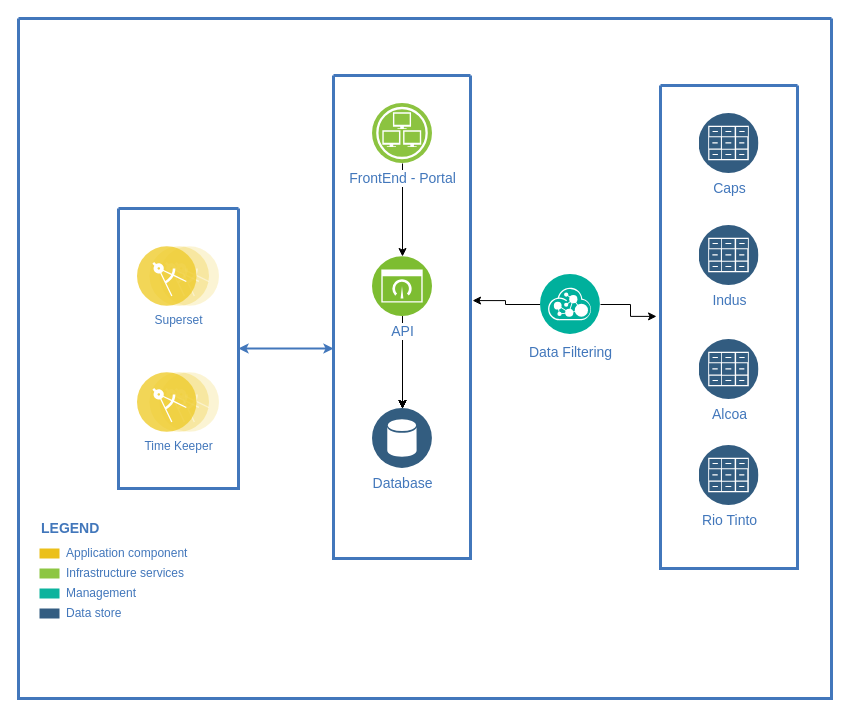
Before: Untitled Diagram.drawio in Raptor-Tech/Diagram, a draw.io diagram. Source tidied: cells renumbered, new cells numbered last; positions are measured from the earlier drawing's top-left corner, leaving out a move shared by most shapes. Both pictures are drawn from the tidied source at 100%, with x=0, y=0 at pixel (18, 18).
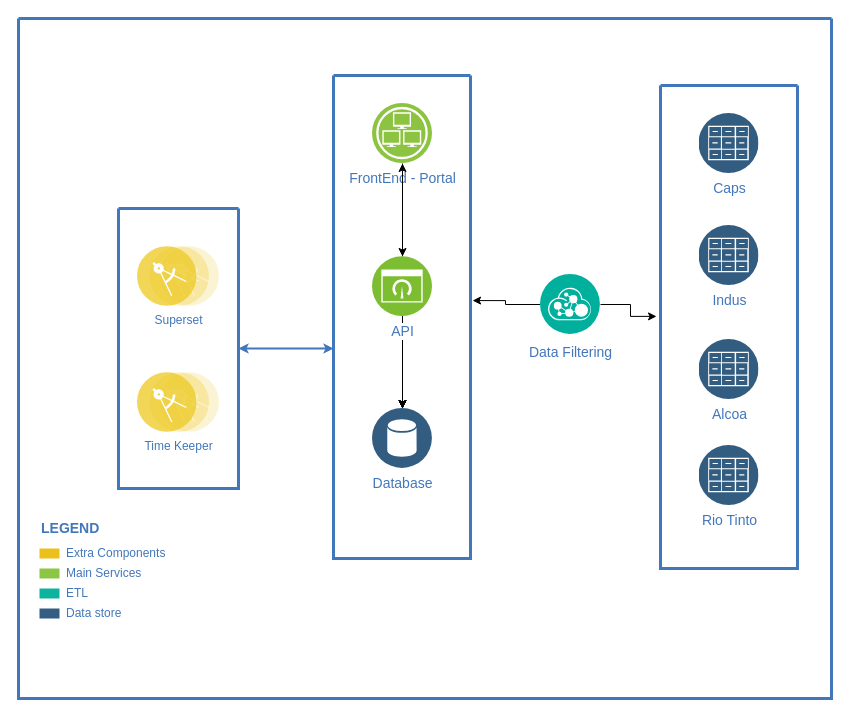
The same page after the edit.

The change refers to these unchanged cells:
```xml
<mxCell id="2" style="swimlane;shadow=0;strokeColor=#4277BB;fillColor=#ffffff;fontColor=#4277BB;align=right;startSize=0;strokeWidth=3;" parent="1" vertex="1">
  <mxGeometry width="813" height="680" as="geometry" />
</mxCell>
<mxCell id="15" style="swimlane;shadow=0;strokeColor=#4277BB;fillColor=#ffffff;fontColor=#4277BB;align=right;startSize=0;strokeWidth=3;" parent="2" vertex="1">
  <mxGeometry x="315" y="57" width="137" height="483" as="geometry" />
</mxCell>
<mxCell id="17" value="FrontEnd - Portal" style="perimeter=ellipsePerimeter;html=1;align=center;shadow=0;dashed=0;image;image=img/lib/ibm/infrastructure/infrastructure_services.svg;rounded=1;labelBackgroundColor=#ffffff;strokeColor=#666666;strokeWidth=3;fillColor=#C2952D;gradientColor=none;fontSize=14;fontColor=#4277BB;" parent="15" vertex="1">
  <mxGeometry x="39" y="28" width="60" height="60" as="geometry" />
</mxCell>
<mxCell id="23" value="API" style="perimeter=ellipsePerimeter;html=1;align=center;shadow=0;dashed=0;image;image=img/lib/ibm/infrastructure/dashboard.svg;rounded=1;labelBackgroundColor=#ffffff;strokeColor=#666666;strokeWidth=3;fillColor=#C2952D;gradientColor=none;fontSize=14;fontColor=#4277BB;" parent="15" vertex="1">
  <mxGeometry x="39" y="181" width="60" height="60" as="geometry" />
</mxCell>
```

Change to the diagram source:
```diff
@@
-    <mxCell id="4" value="Application component" style="rounded=0;html=1;shadow=0;labelBackgroundColor=none;strokeColor=none;strokeWidth=2;fillColor=#EBC01A;gradientColor=none;fontSize=12;fontColor=#4277BB;align=left;labelPosition=right;verticalLabelPosition=middle;verticalAlign=middle;spacingLeft=5;" parent="2" vertex="1">
+    <mxCell id="4" value="Extra Components" style="rounded=0;html=1;shadow=0;labelBackgroundColor=none;strokeColor=none;strokeWidth=2;fillColor=#EBC01A;gradientColor=none;fontSize=12;fontColor=#4277BB;align=left;labelPosition=right;verticalLabelPosition=middle;verticalAlign=middle;spacingLeft=5;" parent="2" vertex="1">
       <mxGeometry x="21" y="530" width="20" height="10" as="geometry" />
     </mxCell>
-    <mxCell id="5" value="Infrastructure services" style="rounded=0;html=1;shadow=0;labelBackgroundColor=none;strokeColor=none;strokeWidth=2;fillColor=#8DC642;gradientColor=none;fontSize=12;fontColor=#4277BB;align=left;labelPosition=right;verticalLabelPosition=middle;verticalAlign=middle;spacingLeft=5;" parent="2" vertex="1">
+    <mxCell id="5" value="Main Services" style="rounded=0;html=1;shadow=0;labelBackgroundColor=none;strokeColor=none;strokeWidth=2;fillColor=#8DC642;gradientColor=none;fontSize=12;fontColor=#4277BB;align=left;labelPosition=right;verticalLabelPosition=middle;verticalAlign=middle;spacingLeft=5;" parent="2" vertex="1">
       <mxGeometry x="21" y="550" width="20" height="10" as="geometry" />
     </mxCell>
-    <mxCell id="6" value="Management" style="rounded=0;html=1;shadow=0;labelBackgroundColor=none;strokeColor=none;strokeWidth=2;fillColor=#0DB39D;gradientColor=none;fontSize=12;fontColor=#4277BB;align=left;labelPosition=right;verticalLabelPosition=middle;verticalAlign=middle;spacingLeft=5;" parent="2" vertex="1">
+    <mxCell id="6" value="ETL" style="rounded=0;html=1;shadow=0;labelBackgroundColor=none;strokeColor=none;strokeWidth=2;fillColor=#0DB39D;gradientColor=none;fontSize=12;fontColor=#4277BB;align=left;labelPosition=right;verticalLabelPosition=middle;verticalAlign=middle;spacingLeft=5;" parent="2" vertex="1">
       <mxGeometry x="21" y="570" width="20" height="10" as="geometry" />
     </mxCell>
@@
+    <mxCell id="30" style="edgeStyle=orthogonalEdgeStyle;rounded=0;jettySize=auto;html=1;" parent="15" edge="1" source="23" target="17">
+      <mxGeometry relative="1" as="geometry" />
+    </mxCell>
```
